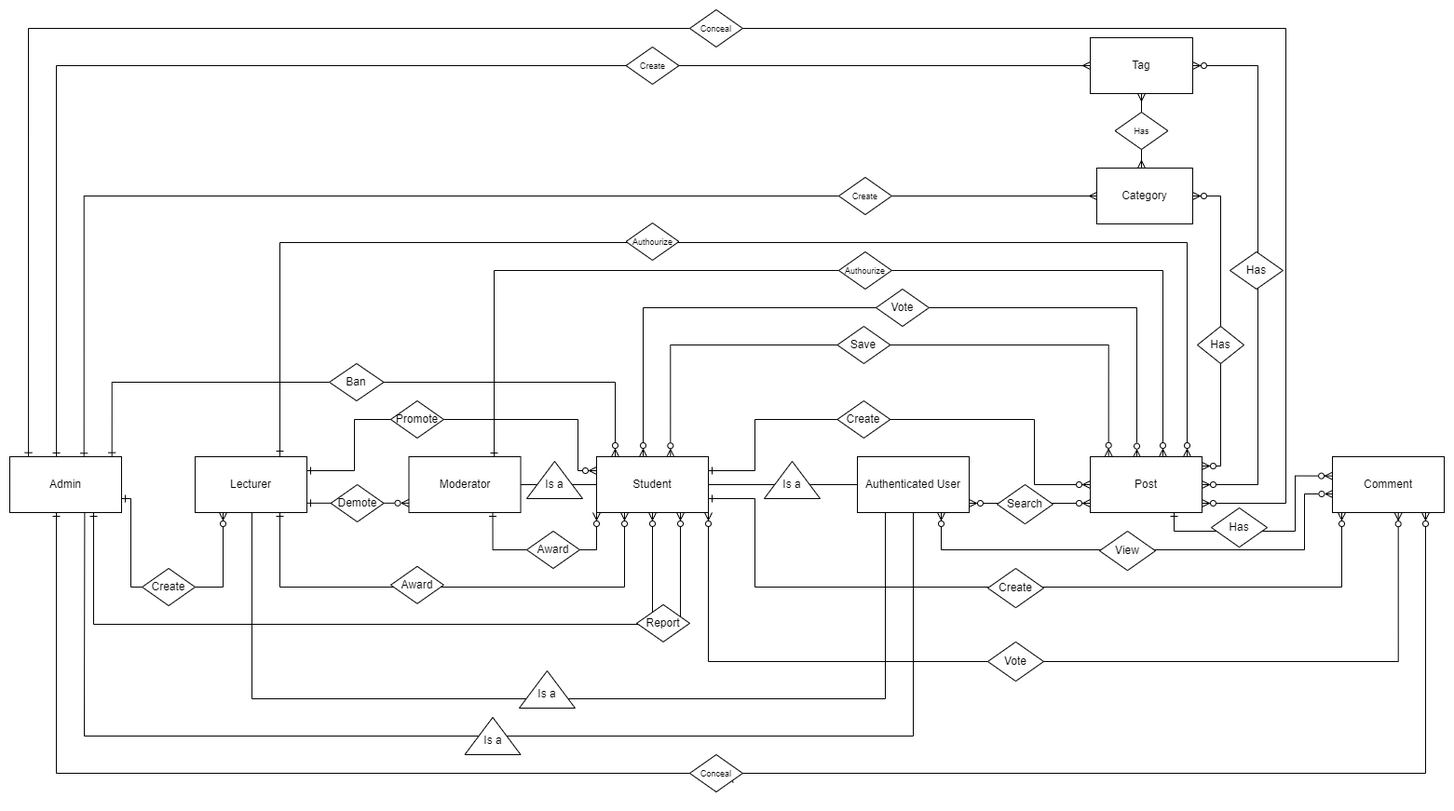
The draw.io diagram diagram/FBlog-Academy_ERD.png in baomnl123/SWP391_FBlog-Academy, before a commit. Source tidied: cells renumbered, new cells last; positions are measured from the earlier drawing's top-left corner, leaving out a move shared by most shapes.
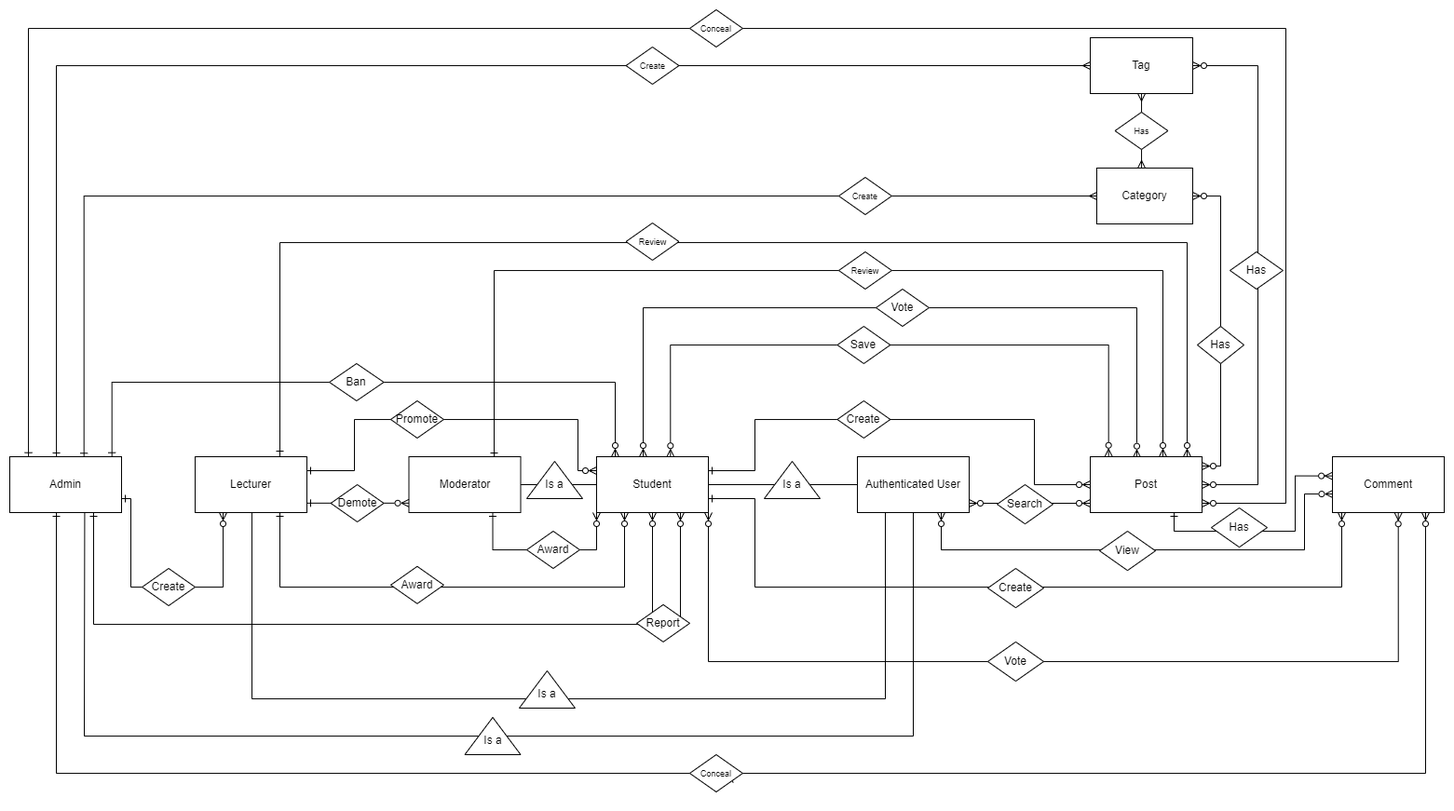
After the commit.

Commit message:
Change 'Authorize' to 'Review' relationship for Lecturer and Mod

Diff of the diagram source:
```diff
@@ -345,10 +345,10 @@
     <mxCell id="60" value="Award" style="rhombus;whiteSpace=wrap;html=1;" parent="1" vertex="1">
       <mxGeometry x="409" y="597.8" width="56.9" height="40" as="geometry" />
     </mxCell>
-    <mxCell id="61" value="&lt;font style=&quot;font-size: 9px;&quot;&gt;Authourize&lt;/font&gt;" style="rhombus;whiteSpace=wrap;html=1;" parent="1" vertex="1">
+    <mxCell id="61" value="&lt;font style=&quot;font-size: 9px;&quot;&gt;Review&lt;/font&gt;" style="rhombus;whiteSpace=wrap;html=1;" parent="1" vertex="1">
       <mxGeometry x="890" y="260" width="56.9" height="40" as="geometry" />
     </mxCell>
-    <mxCell id="62" value="&lt;font style=&quot;font-size: 9px;&quot;&gt;Authourize&lt;/font&gt;" style="rhombus;whiteSpace=wrap;html=1;" parent="1" vertex="1">
+    <mxCell id="62" value="&lt;font style=&quot;font-size: 9px;&quot;&gt;Review&lt;/font&gt;" style="rhombus;whiteSpace=wrap;html=1;" parent="1" vertex="1">
       <mxGeometry x="661.5" y="229" width="56.9" height="40" as="geometry" />
     </mxCell>
     <mxCell id="63" value="&lt;font style=&quot;font-size: 9px;&quot;&gt;Create&lt;/font&gt;" style="rhombus;whiteSpace=wrap;html=1;" parent="1" vertex="1">
```
